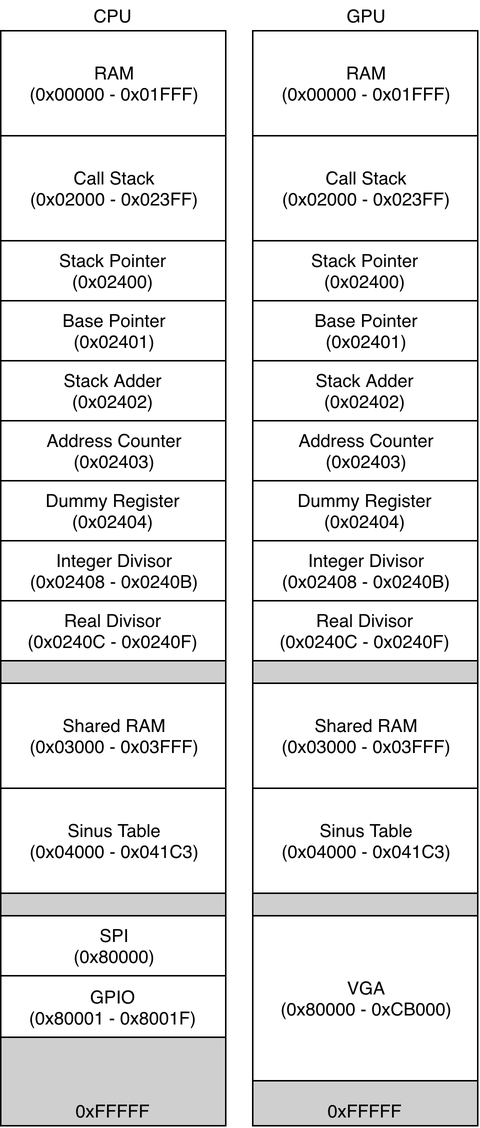
Devdevdavid/ProceXeirb keeps this draw.io diagram as doc/schema_and_logo/plageAdresse.png. Above is the earlier version. Source tidied: cells renumbered, new cells last; positions are measured from the earlier drawing's top-left corner, leaving out a move shared by most shapes. Its diagram source:
```xml
<mxGraphModel>
  <root>
    <mxCell id="0" />
    <mxCell id="1" parent="0" />
    <mxCell id="2" style="rounded=0;whiteSpace=wrap;html=1;fillColor=#CFCFCF;" parent="1" vertex="1">
      <mxGeometry y="20" width="150" height="730" as="geometry" />
    </mxCell>
    <mxCell id="3" value="CPU" style="text;html=1;strokeColor=none;fillColor=none;align=center;verticalAlign=middle;whiteSpace=wrap;rounded=0;" parent="1" vertex="1">
      <mxGeometry width="150" height="20" as="geometry" />
    </mxCell>
    <mxCell id="4" value="RAM&lt;br&gt;(0x00000 - 0x&lt;span&gt;01FFF)&lt;/span&gt;" style="rounded=0;whiteSpace=wrap;html=1;" parent="1" vertex="1">
      <mxGeometry y="20" width="150" height="70" as="geometry" />
    </mxCell>
    <mxCell id="5" value="Call Stack&lt;br&gt;(0x02000 - 0x&lt;span&gt;023FF)&lt;/span&gt;" style="rounded=0;whiteSpace=wrap;html=1;" parent="1" vertex="1">
      <mxGeometry y="90" width="150" height="70" as="geometry" />
    </mxCell>
    <mxCell id="6" value="Stack Pointer&lt;br&gt;(0x02400&lt;span&gt;)&lt;/span&gt;" style="rounded=0;whiteSpace=wrap;html=1;" parent="1" vertex="1">
      <mxGeometry y="160" width="150" height="40" as="geometry" />
    </mxCell>
    <mxCell id="7" value="Base Pointer&lt;br&gt;(0x02401&lt;span&gt;)&lt;/span&gt;" style="rounded=0;whiteSpace=wrap;html=1;" parent="1" vertex="1">
      <mxGeometry y="200" width="150" height="40" as="geometry" />
    </mxCell>
    <mxCell id="8" value="Stack Adder&lt;br&gt;(0x02402&lt;span&gt;)&lt;/span&gt;" style="rounded=0;whiteSpace=wrap;html=1;" parent="1" vertex="1">
      <mxGeometry y="240" width="150" height="40" as="geometry" />
    </mxCell>
    <mxCell id="9" value="Address Counter&lt;br&gt;(0x02403&lt;span&gt;)&lt;/span&gt;" style="rounded=0;whiteSpace=wrap;html=1;" parent="1" vertex="1">
      <mxGeometry y="280" width="150" height="40" as="geometry" />
    </mxCell>
    <mxCell id="10" value="Dummy Register&lt;br&gt;(0x02404&lt;span&gt;)&lt;/span&gt;" style="rounded=0;whiteSpace=wrap;html=1;" parent="1" vertex="1">
      <mxGeometry y="320" width="150" height="40" as="geometry" />
    </mxCell>
    <mxCell id="11" value="Shared RAM&lt;br&gt;(0x03000 - 0x&lt;span&gt;03FFF)&lt;/span&gt;" style="rounded=0;whiteSpace=wrap;html=1;" parent="1" vertex="1">
      <mxGeometry y="455" width="150" height="70" as="geometry" />
    </mxCell>
    <mxCell id="12" value="Sinus Table&lt;br&gt;(0x04000 - 0x&lt;span&gt;041C3)&lt;/span&gt;" style="rounded=0;whiteSpace=wrap;html=1;" parent="1" vertex="1">
      <mxGeometry y="525" width="150" height="70" as="geometry" />
    </mxCell>
    <mxCell id="13" value="Integer Divisor&lt;br&gt;(0x02408 - 0x0240B)&lt;br&gt;" style="rounded=0;whiteSpace=wrap;html=1;" parent="1" vertex="1">
      <mxGeometry y="360" width="150" height="40" as="geometry" />
    </mxCell>
    <mxCell id="14" value="Real Divisor&lt;br&gt;(0x0240C - 0x0240F)&lt;br&gt;" style="rounded=0;whiteSpace=wrap;html=1;" parent="1" vertex="1">
      <mxGeometry y="400" width="150" height="40" as="geometry" />
    </mxCell>
    <mxCell id="15" value="GPIO&lt;br&gt;(0x80001 - 0x&lt;span&gt;8001F)&lt;/span&gt;" style="rounded=0;whiteSpace=wrap;html=1;" parent="1" vertex="1">
      <mxGeometry y="650" width="150" height="41" as="geometry" />
    </mxCell>
    <mxCell id="16" value="SPI&lt;br&gt;(0x80000&lt;span&gt;)&lt;/span&gt;" style="rounded=0;whiteSpace=wrap;html=1;" parent="1" vertex="1">
      <mxGeometry y="610" width="150" height="40" as="geometry" />
    </mxCell>
    <mxCell id="17" value="0xFFFFF" style="text;html=1;strokeColor=none;fillColor=none;align=center;verticalAlign=middle;whiteSpace=wrap;rounded=0;fontColor=#000000;" parent="1" vertex="1">
      <mxGeometry y="730" width="150" height="20" as="geometry" />
    </mxCell>
    <mxCell id="18" style="rounded=0;whiteSpace=wrap;html=1;fillColor=#CFCFCF;" parent="1" vertex="1">
      <mxGeometry x="168" y="20" width="150" height="730" as="geometry" />
    </mxCell>
    <mxCell id="19" value="GPU" style="text;html=1;strokeColor=none;fillColor=none;align=center;verticalAlign=middle;whiteSpace=wrap;rounded=0;" parent="1" vertex="1">
      <mxGeometry x="168" width="150" height="20" as="geometry" />
    </mxCell>
    <mxCell id="20" value="RAM&lt;br&gt;(0x00000 - 0x&lt;span&gt;01FFF)&lt;/span&gt;" style="rounded=0;whiteSpace=wrap;html=1;" parent="1" vertex="1">
      <mxGeometry x="168" y="20" width="150" height="70" as="geometry" />
    </mxCell>
    <mxCell id="21" value="Call Stack&lt;br&gt;(0x02000 - 0x&lt;span&gt;023FF)&lt;/span&gt;" style="rounded=0;whiteSpace=wrap;html=1;" parent="1" vertex="1">
      <mxGeometry x="168" y="90" width="150" height="70" as="geometry" />
    </mxCell>
    <mxCell id="22" value="Stack Pointer&lt;br&gt;(0x02400&lt;span&gt;)&lt;/span&gt;" style="rounded=0;whiteSpace=wrap;html=1;" parent="1" vertex="1">
      <mxGeometry x="168" y="160" width="150" height="40" as="geometry" />
    </mxCell>
    <mxCell id="23" value="Base Pointer&lt;br&gt;(0x02401&lt;span&gt;)&lt;/span&gt;" style="rounded=0;whiteSpace=wrap;html=1;" parent="1" vertex="1">
      <mxGeometry x="168" y="200" width="150" height="40" as="geometry" />
    </mxCell>
    <mxCell id="24" value="Stack Adder&lt;br&gt;(0x02402&lt;span&gt;)&lt;/span&gt;" style="rounded=0;whiteSpace=wrap;html=1;" parent="1" vertex="1">
      <mxGeometry x="168" y="240" width="150" height="40" as="geometry" />
    </mxCell>
    <mxCell id="25" value="Address Counter&lt;br&gt;(0x02403&lt;span&gt;)&lt;/span&gt;" style="rounded=0;whiteSpace=wrap;html=1;" parent="1" vertex="1">
      <mxGeometry x="168" y="280" width="150" height="40" as="geometry" />
    </mxCell>
    <mxCell id="26" value="Dummy Register&lt;br&gt;(0x02404&lt;span&gt;)&lt;/span&gt;" style="rounded=0;whiteSpace=wrap;html=1;" parent="1" vertex="1">
      <mxGeometry x="168" y="320" width="150" height="40" as="geometry" />
    </mxCell>
    <mxCell id="27" value="Shared RAM&lt;br&gt;(0x03000 - 0x&lt;span&gt;03FFF)&lt;/span&gt;" style="rounded=0;whiteSpace=wrap;html=1;" parent="1" vertex="1">
      <mxGeometry x="168" y="455" width="150" height="70" as="geometry" />
    </mxCell>
    <mxCell id="28" value="Sinus Table&lt;br&gt;(0x04000 - 0x&lt;span&gt;041C3)&lt;/span&gt;" style="rounded=0;whiteSpace=wrap;html=1;" parent="1" vertex="1">
      <mxGeometry x="168" y="525" width="150" height="70" as="geometry" />
    </mxCell>
    <mxCell id="29" value="Integer Divisor&lt;br&gt;(0x02408 - 0x0240B)&lt;br&gt;" style="rounded=0;whiteSpace=wrap;html=1;" parent="1" vertex="1">
      <mxGeometry x="168" y="360" width="150" height="40" as="geometry" />
    </mxCell>
    <mxCell id="30" value="Real Divisor&lt;br&gt;(0x0240C - 0x0240F)&lt;br&gt;" style="rounded=0;whiteSpace=wrap;html=1;" parent="1" vertex="1">
      <mxGeometry x="168" y="400" width="150" height="40" as="geometry" />
    </mxCell>
    <mxCell id="31" value="VGA&lt;br&gt;(0x80000 - 0xCB000&lt;span&gt;)&lt;/span&gt;" style="rounded=0;whiteSpace=wrap;html=1;" parent="1" vertex="1">
      <mxGeometry x="168" y="610" width="150" height="110" as="geometry" />
    </mxCell>
    <mxCell id="32" value="0xFFFFF" style="text;html=1;strokeColor=none;fillColor=none;align=center;verticalAlign=middle;whiteSpace=wrap;rounded=0;fontColor=#000000;" parent="1" vertex="1">
      <mxGeometry x="168" y="730" width="150" height="20" as="geometry" />
    </mxCell>
  </root>
</mxGraphModel>
```
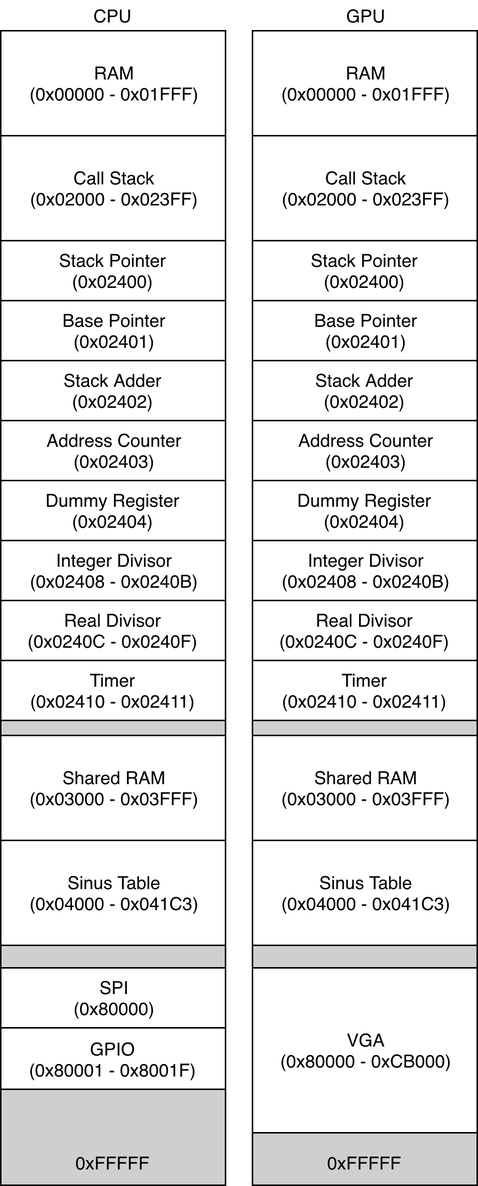
Later version of the same file.

The edit, as a diff of the source:
```diff
@@ -3,7 +3,7 @@
     <mxCell id="0" />
     <mxCell id="1" parent="0" />
     <mxCell id="2" style="rounded=0;whiteSpace=wrap;html=1;fillColor=#CFCFCF;" parent="1" vertex="1">
-      <mxGeometry y="20" width="150" height="730" as="geometry" />
+      <mxGeometry y="20" width="150" height="770" as="geometry" />
     </mxCell>
     <mxCell id="3" value="CPU" style="text;html=1;strokeColor=none;fillColor=none;align=center;verticalAlign=middle;whiteSpace=wrap;rounded=0;" parent="1" vertex="1">
       <mxGeometry width="150" height="20" as="geometry" />
@@ -30,10 +30,10 @@
       <mxGeometry y="320" width="150" height="40" as="geometry" />
     </mxCell>
     <mxCell id="11" value="Shared RAM&lt;br&gt;(0x03000 - 0x&lt;span&gt;03FFF)&lt;/span&gt;" style="rounded=0;whiteSpace=wrap;html=1;" parent="1" vertex="1">
-      <mxGeometry y="455" width="150" height="70" as="geometry" />
+      <mxGeometry y="490" width="150" height="70" as="geometry" />
     </mxCell>
     <mxCell id="12" value="Sinus Table&lt;br&gt;(0x04000 - 0x&lt;span&gt;041C3)&lt;/span&gt;" style="rounded=0;whiteSpace=wrap;html=1;" parent="1" vertex="1">
-      <mxGeometry y="525" width="150" height="70" as="geometry" />
+      <mxGeometry y="560" width="150" height="70" as="geometry" />
     </mxCell>
     <mxCell id="13" value="Integer Divisor&lt;br&gt;(0x02408 - 0x0240B)&lt;br&gt;" style="rounded=0;whiteSpace=wrap;html=1;" parent="1" vertex="1">
       <mxGeometry y="360" width="150" height="40" as="geometry" />
@@ -42,16 +42,16 @@
       <mxGeometry y="400" width="150" height="40" as="geometry" />
     </mxCell>
     <mxCell id="15" value="GPIO&lt;br&gt;(0x80001 - 0x&lt;span&gt;8001F)&lt;/span&gt;" style="rounded=0;whiteSpace=wrap;html=1;" parent="1" vertex="1">
-      <mxGeometry y="650" width="150" height="41" as="geometry" />
+      <mxGeometry y="685" width="150" height="41" as="geometry" />
     </mxCell>
     <mxCell id="16" value="SPI&lt;br&gt;(0x80000&lt;span&gt;)&lt;/span&gt;" style="rounded=0;whiteSpace=wrap;html=1;" parent="1" vertex="1">
-      <mxGeometry y="610" width="150" height="40" as="geometry" />
+      <mxGeometry y="645" width="150" height="40" as="geometry" />
     </mxCell>
     <mxCell id="17" value="0xFFFFF" style="text;html=1;strokeColor=none;fillColor=none;align=center;verticalAlign=middle;whiteSpace=wrap;rounded=0;fontColor=#000000;" parent="1" vertex="1">
-      <mxGeometry y="730" width="150" height="20" as="geometry" />
+      <mxGeometry y="765" width="150" height="20" as="geometry" />
     </mxCell>
     <mxCell id="18" style="rounded=0;whiteSpace=wrap;html=1;fillColor=#CFCFCF;" parent="1" vertex="1">
-      <mxGeometry x="168" y="20" width="150" height="730" as="geometry" />
+      <mxGeometry x="168" y="20" width="150" height="770" as="geometry" />
     </mxCell>
     <mxCell id="19" value="GPU" style="text;html=1;strokeColor=none;fillColor=none;align=center;verticalAlign=middle;whiteSpace=wrap;rounded=0;" parent="1" vertex="1">
       <mxGeometry x="168" width="150" height="20" as="geometry" />
@@ -78,10 +78,10 @@
       <mxGeometry x="168" y="320" width="150" height="40" as="geometry" />
     </mxCell>
     <mxCell id="27" value="Shared RAM&lt;br&gt;(0x03000 - 0x&lt;span&gt;03FFF)&lt;/span&gt;" style="rounded=0;whiteSpace=wrap;html=1;" parent="1" vertex="1">
-      <mxGeometry x="168" y="455" width="150" height="70" as="geometry" />
+      <mxGeometry x="168" y="490" width="150" height="70" as="geometry" />
     </mxCell>
     <mxCell id="28" value="Sinus Table&lt;br&gt;(0x04000 - 0x&lt;span&gt;041C3)&lt;/span&gt;" style="rounded=0;whiteSpace=wrap;html=1;" parent="1" vertex="1">
-      <mxGeometry x="168" y="525" width="150" height="70" as="geometry" />
+      <mxGeometry x="168" y="560" width="150" height="70" as="geometry" />
     </mxCell>
     <mxCell id="29" value="Integer Divisor&lt;br&gt;(0x02408 - 0x0240B)&lt;br&gt;" style="rounded=0;whiteSpace=wrap;html=1;" parent="1" vertex="1">
       <mxGeometry x="168" y="360" width="150" height="40" as="geometry" />
@@ -90,10 +90,16 @@
       <mxGeometry x="168" y="400" width="150" height="40" as="geometry" />
     </mxCell>
     <mxCell id="31" value="VGA&lt;br&gt;(0x80000 - 0xCB000&lt;span&gt;)&lt;/span&gt;" style="rounded=0;whiteSpace=wrap;html=1;" parent="1" vertex="1">
-      <mxGeometry x="168" y="610" width="150" height="110" as="geometry" />
+      <mxGeometry x="168" y="645" width="150" height="110" as="geometry" />
     </mxCell>
     <mxCell id="32" value="0xFFFFF" style="text;html=1;strokeColor=none;fillColor=none;align=center;verticalAlign=middle;whiteSpace=wrap;rounded=0;fontColor=#000000;" parent="1" vertex="1">
-      <mxGeometry x="168" y="730" width="150" height="20" as="geometry" />
+      <mxGeometry x="168" y="765" width="150" height="20" as="geometry" />
     </mxCell>
+    <mxCell id="33" value="Timer&lt;br&gt;(0x02410 - 0x02411)&lt;br&gt;" style="rounded=0;whiteSpace=wrap;html=1;" parent="1" vertex="1">
+      <mxGeometry y="440" width="150" height="40" as="geometry" />
+    </mxCell>
+    <mxCell id="34" value="Timer&lt;br&gt;(0x02410 - 0x02411)&lt;br&gt;" style="rounded=0;whiteSpace=wrap;html=1;" parent="1" vertex="1">
+      <mxGeometry x="168" y="440" width="150" height="40" as="geometry" />
+    </mxCell>
   </root>
 </mxGraphModel>
```
